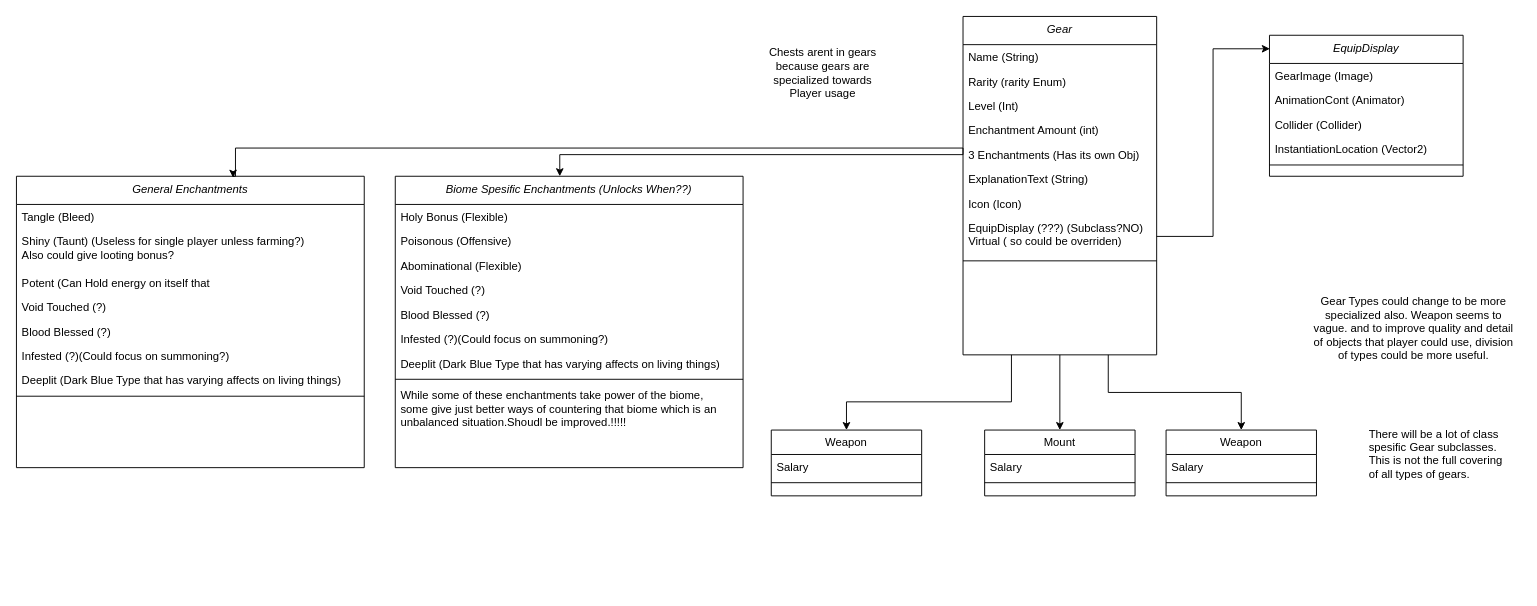
Before: GearHierarchy.drawio in DaghanS/GameUpdate, a draw.io diagram. Source tidied: cells renumbered, new cells numbered last; positions are measured from the earlier drawing's top-left corner, leaving out a move shared by most shapes. Both pictures are drawn from the tidied source at 94%, with x=0, y=0 at pixel (16, 16).
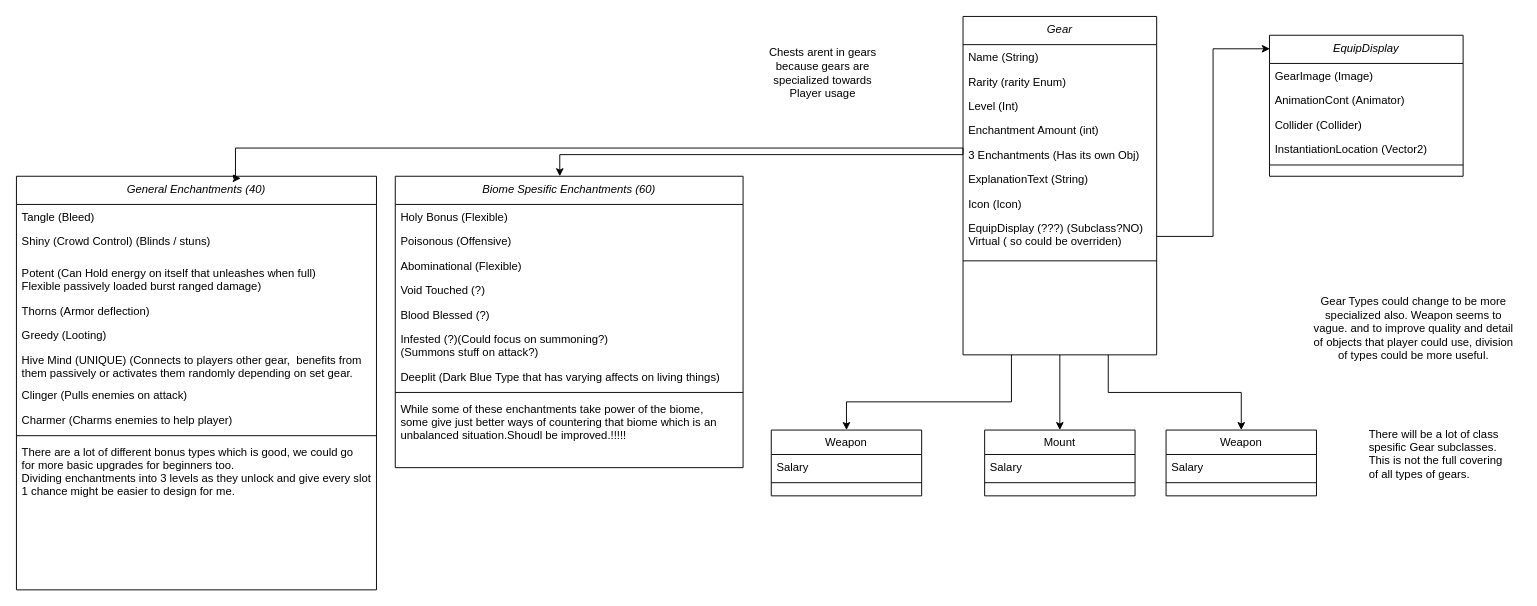
After the change.

The edit, as a diff of the source:
```diff
@@
-    <mxCell id="34" value="Biome Spesific Enchantments (Unlocks When??)" style="swimlane;fontStyle=2;align=center;verticalAlign=top;horizontal=1;startSize=30;rounded=0;shadow=0;strokeWidth=1;strokeColor=default;" parent="1" vertex="1">
+    <mxCell id="34" value="Biome Spesific Enchantments (60)" style="swimlane;fontStyle=2;align=center;verticalAlign=top;horizontal=1;startSize=30;rounded=0;shadow=0;strokeWidth=1;strokeColor=default;" parent="1" vertex="1">
       <mxGeometry x="403" y="170" width="370" height="310" as="geometry" />
     </mxCell>
@@
-    <mxCell id="40" value="Infested (?)(Could focus on summoning?)" style="text;align=left;verticalAlign=top;spacingLeft=4;spacingRight=4;overflow=hidden;" parent="34" vertex="1">
-      <mxGeometry y="160" width="370" height="26" as="geometry" />
+    <mxCell id="40" value="Infested (?)(Could focus on summoning?) &#10;(Summons stuff on attack?)" style="text;align=left;verticalAlign=top;spacingLeft=4;spacingRight=4;overflow=hidden;" parent="34" vertex="1">
+      <mxGeometry y="160" width="370" height="40" as="geometry" />
     </mxCell>
     <mxCell id="41" value="Deeplit (Dark Blue Type that has varying affects on living things)" style="text;align=left;verticalAlign=top;spacingLeft=4;spacingRight=4;overflow=hidden;" parent="34" vertex="1">
-      <mxGeometry y="186" width="370" height="26" as="geometry" />
+      <mxGeometry y="200" width="370" height="26" as="geometry" />
     </mxCell>
     <mxCell id="42" style="line;html=1;strokeWidth=1;align=left;verticalAlign=middle;spacingTop=-1;spacingLeft=3;spacingRight=3;labelPosition=right;" parent="34" vertex="1">
-      <mxGeometry y="212" width="370" height="8" as="geometry" />
+      <mxGeometry y="226" width="370" height="8" as="geometry" />
     </mxCell>
     <mxCell id="43" value="While some of these enchantments take power of the biome,&#10;some give just better ways of countering that biome which is an &#10;unbalanced situation.Shoudl be improved.!!!!!" style="text;align=left;verticalAlign=top;spacingLeft=4;spacingRight=4;overflow=hidden;" parent="34" vertex="1">
-      <mxGeometry y="220" width="370" height="50" as="geometry" />
+      <mxGeometry y="234" width="370" height="50" as="geometry" />
     </mxCell>
@@
-    <mxCell id="45" value="General Enchantments" style="swimlane;fontStyle=2;align=center;verticalAlign=top;horizontal=1;startSize=30;rounded=0;shadow=0;strokeWidth=1;strokeColor=default;" parent="1" vertex="1">
-      <mxGeometry y="170" width="370" height="310" as="geometry" />
+    <mxCell id="45" value="General Enchantments (40)" style="swimlane;fontStyle=2;align=center;verticalAlign=top;horizontal=1;startSize=30;rounded=0;shadow=0;strokeWidth=1;strokeColor=default;" parent="1" vertex="1">
+      <mxGeometry y="170" width="383" height="440" as="geometry" />
     </mxCell>
     <mxCell id="46" value="Tangle (Bleed)" style="text;align=left;verticalAlign=top;spacingLeft=4;spacingRight=4;overflow=hidden;" parent="45" vertex="1">
-      <mxGeometry y="30" width="370" height="26" as="geometry" />
+      <mxGeometry y="30" width="383" height="26" as="geometry" />
     </mxCell>
-    <mxCell id="47" value="Shiny (Taunt) (Useless for single player unless farming?)&#10;Also could give looting bonus?" style="text;align=left;verticalAlign=top;spacingLeft=4;spacingRight=4;overflow=hidden;" parent="45" vertex="1">
-      <mxGeometry y="56" width="370" height="44" as="geometry" />
+    <mxCell id="47" value="Shiny (Crowd Control) (Blinds / stuns)" style="text;align=left;verticalAlign=top;spacingLeft=4;spacingRight=4;overflow=hidden;" parent="45" vertex="1">
+      <mxGeometry y="56" width="383" height="34" as="geometry" />
     </mxCell>
-    <mxCell id="48" value="Potent (Can Hold energy on itself that" style="text;align=left;verticalAlign=top;spacingLeft=4;spacingRight=4;overflow=hidden;" parent="45" vertex="1">
-      <mxGeometry y="100" width="370" height="26" as="geometry" />
+    <mxCell id="48" value="Potent (Can Hold energy on itself that unleashes when full)&#10;Flexible passively loaded burst ranged damage)" style="text;align=left;verticalAlign=top;spacingLeft=4;spacingRight=4;overflow=hidden;" parent="45" vertex="1">
+      <mxGeometry y="90" width="383" height="40" as="geometry" />
     </mxCell>
-    <mxCell id="49" value="Void Touched (?)" style="text;align=left;verticalAlign=top;spacingLeft=4;spacingRight=4;overflow=hidden;" parent="45" vertex="1">
-      <mxGeometry y="126" width="370" height="26" as="geometry" />
+    <mxCell id="49" value="Thorns (Armor deflection)" style="text;align=left;verticalAlign=top;spacingLeft=4;spacingRight=4;overflow=hidden;" parent="45" vertex="1">
+      <mxGeometry y="130" width="383" height="26" as="geometry" />
     </mxCell>
-    <mxCell id="50" value="Blood Blessed (?)" style="text;align=left;verticalAlign=top;spacingLeft=4;spacingRight=4;overflow=hidden;" parent="45" vertex="1">
-      <mxGeometry y="152" width="370" height="26" as="geometry" />
+    <mxCell id="50" value="Greedy (Looting)" style="text;align=left;verticalAlign=top;spacingLeft=4;spacingRight=4;overflow=hidden;" parent="45" vertex="1">
+      <mxGeometry y="156" width="383" height="26" as="geometry" />
     </mxCell>
-    <mxCell id="51" value="Infested (?)(Could focus on summoning?)" style="text;align=left;verticalAlign=top;spacingLeft=4;spacingRight=4;overflow=hidden;" parent="45" vertex="1">
-      <mxGeometry y="178" width="370" height="26" as="geometry" />
+    <mxCell id="51" value="Hive Mind (UNIQUE) (Connects to players other gear,  benefits from&#10;them passively or activates them randomly depending on set gear." style="text;align=left;verticalAlign=top;spacingLeft=4;spacingRight=4;overflow=hidden;" parent="45" vertex="1">
+      <mxGeometry y="182" width="383" height="38" as="geometry" />
     </mxCell>
-    <mxCell id="52" value="Deeplit (Dark Blue Type that has varying affects on living things)" style="text;align=left;verticalAlign=top;spacingLeft=4;spacingRight=4;overflow=hidden;" parent="45" vertex="1">
-      <mxGeometry y="204" width="370" height="26" as="geometry" />
+    <mxCell id="52" value="Clinger (Pulls enemies on attack)" style="text;align=left;verticalAlign=top;spacingLeft=4;spacingRight=4;overflow=hidden;" parent="45" vertex="1">
+      <mxGeometry y="220" width="383" height="26" as="geometry" />
     </mxCell>
+    <mxCell id="55" value="Charmer (Charms enemies to help player)" style="text;align=left;verticalAlign=top;spacingLeft=4;spacingRight=4;overflow=hidden;" parent="45" vertex="1">
+      <mxGeometry y="246" width="383" height="26" as="geometry" />
+    </mxCell>
     <mxCell id="53" style="line;html=1;strokeWidth=1;align=left;verticalAlign=middle;spacingTop=-1;spacingLeft=3;spacingRight=3;labelPosition=right;" parent="45" vertex="1">
-      <mxGeometry y="230" width="370" height="8" as="geometry" />
+      <mxGeometry y="272" width="383" height="8" as="geometry" />
     </mxCell>
+    <mxCell id="56" value="There are a lot of different bonus types which is good, we could go &#10;for more basic upgrades for beginners too.&#10;Dividing enchantments into 3 levels as they unlock and give every slot &#10;1 chance might be easier to design for me." style="text;align=left;verticalAlign=top;spacingLeft=4;spacingRight=4;overflow=hidden;" parent="45" vertex="1">
+      <mxGeometry y="280" width="383" height="70" as="geometry" />
+    </mxCell>
```
